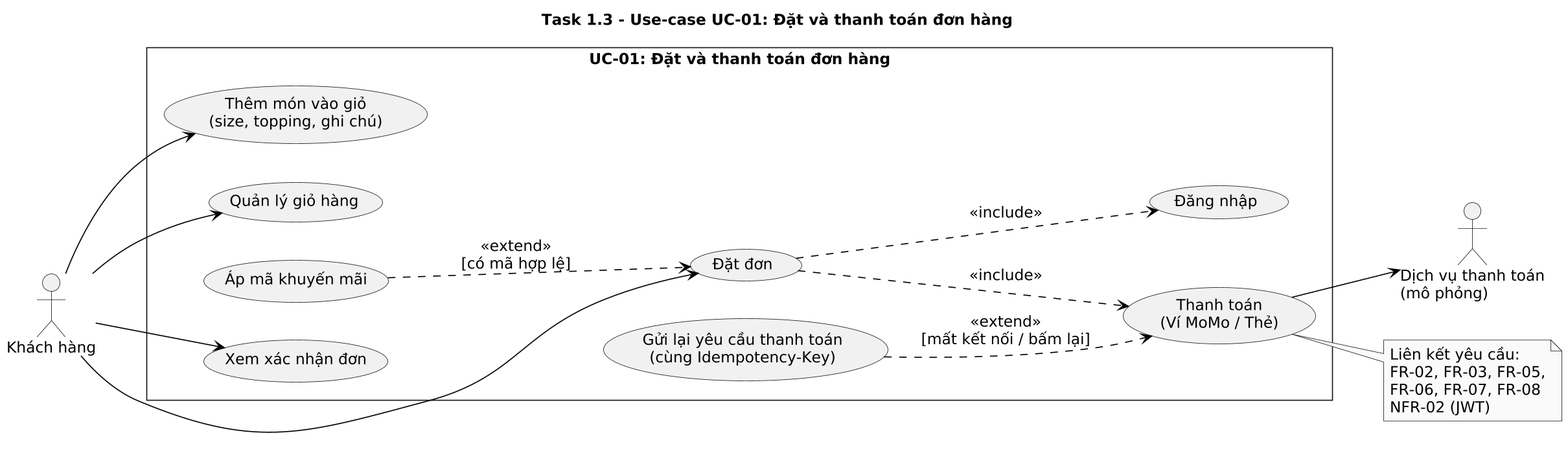
This is docs/diagrams/Task1_3_UseCase.png from Bao3Q/PhucLong, a PlantUML export, as it was before one commit. Source of this version:
```plantuml
@startuml
skinparam backgroundColor white
skinparam monochrome true
skinparam shadowing false
skinparam roundCorner 0
skinparam defaultFontName DejaVu Sans
skinparam defaultFontSize 14
skinparam ArrowColor black
skinparam dpi 160
skinparam packageStyle rectangle
left to right direction

title Task 1.3 - Use-case UC-01: Đặt và thanh toán đơn hàng

actor "Khách hàng" as KH
actor "Dịch vụ thanh toán\n(mô phỏng)" as PAY

rectangle "UC-01: Đặt và thanh toán đơn hàng" {
  usecase "Thêm món vào giỏ\n(size, topping, ghi chú)" as ADD
  usecase "Quản lý giỏ hàng" as CART
  usecase "Đặt đơn" as ORDER
  usecase "Đăng nhập" as LOGIN
  usecase "Thanh toán\n(Ví MoMo / Thẻ)" as PAYUC
  usecase "Áp mã khuyến mãi" as PROMO
  usecase "Gửi lại yêu cầu thanh toán\n(cùng Idempotency-Key)" as RETRY
  usecase "Xem xác nhận đơn" as CONFIRM
}

KH --> ADD
KH --> CART
KH --> ORDER
KH --> CONFIRM
PAYUC --> PAY

ORDER ..> LOGIN : <<include>>
ORDER ..> PAYUC : <<include>>
PROMO ..> ORDER : <<extend>>\n[có mã hợp lệ]
RETRY ..> PAYUC : <<extend>>\n[mất kết nối / bấm lại]

note right of PAYUC
  Liên kết yêu cầu:
  FR-02, FR-03, FR-05,
  FR-06, FR-07, FR-08
  NFR-02 (JWT)
end note
@enduml
```
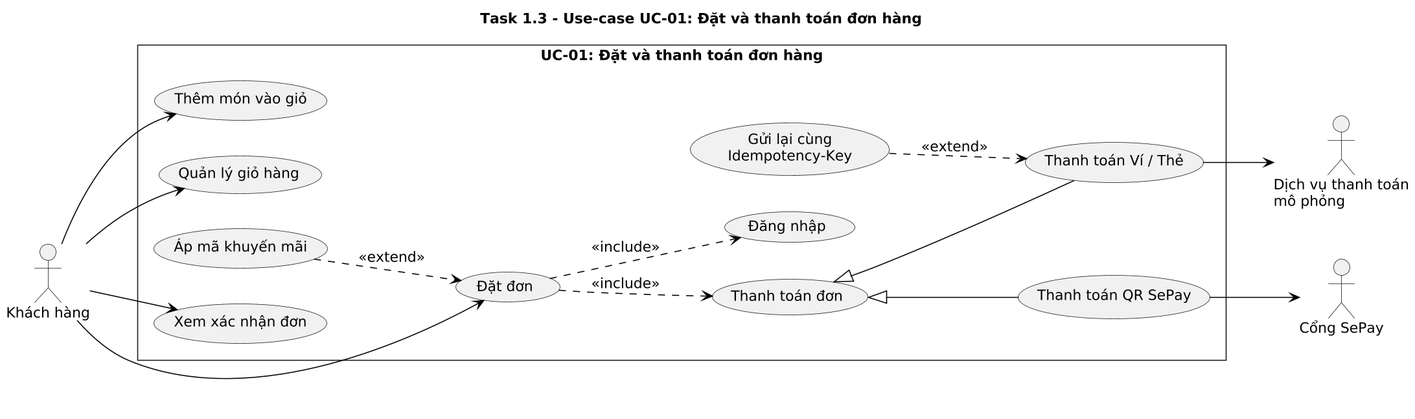
Later version of the same file.

Change to the diagram source:
```diff
@@ -1,4 +1,4 @@
-@startuml
+@startuml Task1_3_UseCase
 skinparam backgroundColor white
 skinparam monochrome true
 skinparam shadowing false
@@ -6,41 +6,42 @@
 skinparam defaultFontName DejaVu Sans
 skinparam defaultFontSize 14
 skinparam ArrowColor black
-skinparam dpi 160
+skinparam dpi 150
 skinparam packageStyle rectangle
 left to right direction
 
 title Task 1.3 - Use-case UC-01: Đặt và thanh toán đơn hàng
 
 actor "Khách hàng" as KH
-actor "Dịch vụ thanh toán\n(mô phỏng)" as PAY
 
 rectangle "UC-01: Đặt và thanh toán đơn hàng" {
-  usecase "Thêm món vào giỏ\n(size, topping, ghi chú)" as ADD
+  usecase "Thêm món vào giỏ" as ADD
   usecase "Quản lý giỏ hàng" as CART
+  usecase "Áp mã khuyến mãi" as PROMO
   usecase "Đặt đơn" as ORDER
   usecase "Đăng nhập" as LOGIN
-  usecase "Thanh toán\n(Ví MoMo / Thẻ)" as PAYUC
-  usecase "Áp mã khuyến mãi" as PROMO
-  usecase "Gửi lại yêu cầu thanh toán\n(cùng Idempotency-Key)" as RETRY
+  usecase "Thanh toán đơn" as PAYUC
+  usecase "Thanh toán Ví / Thẻ" as WALLET
+  usecase "Thanh toán QR SePay" as QR
+  usecase "Gửi lại cùng\nIdempotency-Key" as RETRY
   usecase "Xem xác nhận đơn" as CONFIRM
 }
+
+actor "Dịch vụ thanh toán\nmô phỏng" as PAY
+actor "Cổng SePay" as SEPAY
 
 KH --> ADD
 KH --> CART
 KH --> ORDER
 KH --> CONFIRM
-PAYUC --> PAY
 
 ORDER ..> LOGIN : <<include>>
 ORDER ..> PAYUC : <<include>>
-PROMO ..> ORDER : <<extend>>\n[có mã hợp lệ]
-RETRY ..> PAYUC : <<extend>>\n[mất kết nối / bấm lại]
+PROMO ..> ORDER : <<extend>>
+PAYUC <|-- WALLET
+PAYUC <|-- QR
+RETRY ..> WALLET : <<extend>>
 
-note right of PAYUC
-  Liên kết yêu cầu:
-  FR-02, FR-03, FR-05,
-  FR-06, FR-07, FR-08
-  NFR-02 (JWT)
-end note
+WALLET --> PAY
+QR --> SEPAY
 @enduml
```
